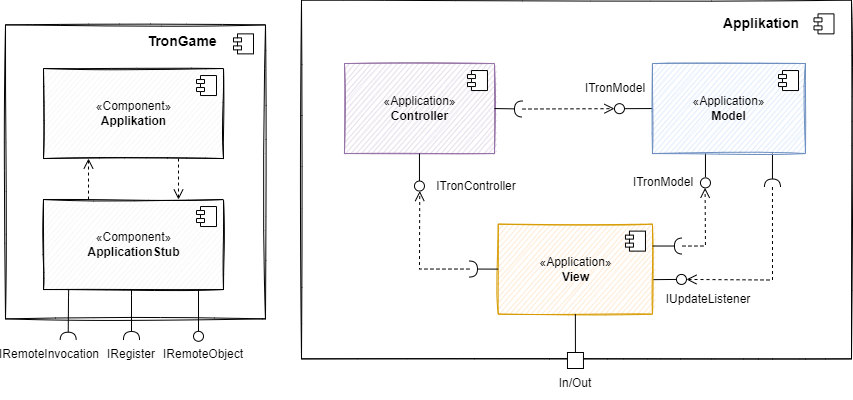
Earlier version of the draw.io export Dokumentation/App/diagrams/baustein/bs_layer1.png (sckoenig/Distributed-Tron). Source tidied: cells renumbered, new cells last; positions are measured from the earlier drawing's top-left corner, leaving out a move shared by most shapes.
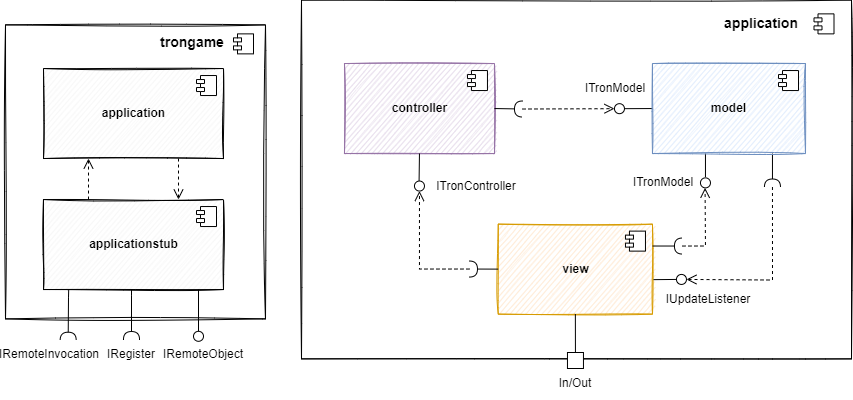
The same file after the commit.

The edit, as a diff of the source:
```diff
@@ -8,7 +8,7 @@
     <mxCell id="3" style="rounded=0;whiteSpace=wrap;html=1;fillColor=none;sketch=1;" parent="1" vertex="1">
       <mxGeometry y="24.4" width="260" height="294" as="geometry" />
     </mxCell>
-    <mxCell id="4" value="&lt;font color=&quot;#000000&quot;&gt;«Component»&lt;br&gt;&lt;b&gt;Applikation&lt;/b&gt;&lt;/font&gt;" style="html=1;sketch=1;fillColor=#f5f5f5;strokeColor=#000000;fontColor=#333333;" parent="1" vertex="1">
+    <mxCell id="4" value="&lt;font color=&quot;#000000&quot;&gt;&lt;b&gt;application&lt;/b&gt;&lt;/font&gt;" style="html=1;sketch=1;fillColor=#f5f5f5;strokeColor=#000000;fontColor=#333333;" parent="1" vertex="1">
       <mxGeometry x="38" y="68" width="180" height="90" as="geometry" />
     </mxCell>
     <mxCell id="5" style="shape=module;jettyWidth=8;jettyHeight=4;" parent="4" vertex="1">
@@ -16,7 +16,7 @@
         <mxPoint x="-27" y="7" as="offset" />
       </mxGeometry>
     </mxCell>
-    <mxCell id="6" value="&lt;font color=&quot;#000000&quot;&gt;«Component»&lt;br&gt;&lt;b&gt;ApplicationStub&lt;/b&gt;&lt;/font&gt;" style="html=1;fillColor=#f5f5f5;strokeColor=#000000;sketch=1;fontColor=#333333;" parent="1" vertex="1">
+    <mxCell id="6" value="&lt;font color=&quot;#000000&quot;&gt;&lt;b&gt;applicationstub&lt;/b&gt;&lt;/font&gt;" style="html=1;fillColor=#f5f5f5;strokeColor=#000000;sketch=1;fontColor=#333333;" parent="1" vertex="1">
       <mxGeometry x="38" y="199" width="180" height="90" as="geometry" />
     </mxCell>
     <mxCell id="7" style="shape=module;jettyWidth=8;jettyHeight=4;" parent="6" vertex="1">
@@ -24,8 +24,8 @@
         <mxPoint x="-27" y="7" as="offset" />
       </mxGeometry>
     </mxCell>
-    <mxCell id="8" value="&lt;span style=&quot;font-size: 14px;&quot;&gt;&lt;b&gt;TronGame&lt;/b&gt;&lt;/span&gt;" style="text;html=1;strokeColor=none;fillColor=none;align=center;verticalAlign=middle;whiteSpace=wrap;rounded=0;sketch=1;" parent="1" vertex="1">
-      <mxGeometry x="147.4" y="26.2" width="60" height="30" as="geometry" />
+    <mxCell id="8" value="&lt;span style=&quot;font-size: 14px;&quot;&gt;&lt;b&gt;trongame&lt;/b&gt;&lt;/span&gt;" style="text;html=1;strokeColor=none;fillColor=none;align=center;verticalAlign=middle;whiteSpace=wrap;rounded=0;sketch=1;" parent="1" vertex="1">
+      <mxGeometry x="157.4" y="27.2" width="60" height="30" as="geometry" />
     </mxCell>
     <mxCell id="9" style="html=1;verticalAlign=bottom;endArrow=open;dashed=1;endSize=8;rounded=0;entryX=0.25;entryY=1;entryDx=0;entryDy=0;exitX=0.25;exitY=0;exitDx=0;exitDy=0;" parent="1" edge="1" source="6" target="4">
       <mxGeometry relative="1" as="geometry" />
@@ -70,7 +70,7 @@
     <mxCell id="18" style="shape=module;jettyWidth=8;jettyHeight=4;" parent="1" vertex="1">
       <mxGeometry x="228" y="33.4" width="20" height="20" as="geometry" />
     </mxCell>
-    <mxCell id="19" value="«Application»&lt;br&gt;&lt;b&gt;Controller&lt;/b&gt;" style="html=1;fillColor=#e1d5e7;strokeColor=#9673a6;sketch=1;" parent="1" vertex="1">
+    <mxCell id="19" value="&lt;b&gt;controller&lt;/b&gt;" style="html=1;fillColor=#e1d5e7;strokeColor=#9673a6;sketch=1;" parent="1" vertex="1">
       <mxGeometry x="339" y="63" width="150" height="90" as="geometry" />
     </mxCell>
     <mxCell id="20" style="shape=module;jettyWidth=8;jettyHeight=4;" parent="19" vertex="1">
@@ -78,7 +78,7 @@
         <mxPoint x="-27" y="7" as="offset" />
       </mxGeometry>
     </mxCell>
-    <mxCell id="21" value="«Application»&lt;br&gt;&lt;b&gt;View&lt;/b&gt;" style="html=1;fillColor=#ffe6cc;strokeColor=#d79b00;sketch=1;" parent="1" vertex="1">
+    <mxCell id="21" value="&lt;b&gt;view&lt;/b&gt;" style="html=1;fillColor=#ffe6cc;strokeColor=#d79b00;sketch=1;" parent="1" vertex="1">
       <mxGeometry x="492.8" y="223.6" width="154.2" height="90" as="geometry" />
     </mxCell>
     <mxCell id="22" style="shape=module;jettyWidth=8;jettyHeight=4;" parent="21" vertex="1">
@@ -123,7 +123,7 @@
     <mxCell id="33" style="shape=module;jettyWidth=8;jettyHeight=4;" parent="1" vertex="1">
       <mxGeometry x="808.5" y="13.4" width="20" height="20" as="geometry" />
     </mxCell>
-    <mxCell id="34" value="&lt;span style=&quot;font-size: 14px;&quot;&gt;&lt;b&gt;Applikation&lt;/b&gt;&lt;/span&gt;" style="text;html=1;strokeColor=none;fillColor=none;align=center;verticalAlign=middle;whiteSpace=wrap;rounded=0;sketch=1;" parent="1" vertex="1">
+    <mxCell id="34" value="&lt;span style=&quot;font-size: 14px;&quot;&gt;&lt;b&gt;application&lt;/b&gt;&lt;/span&gt;" style="text;html=1;strokeColor=none;fillColor=none;align=center;verticalAlign=middle;whiteSpace=wrap;rounded=0;sketch=1;" parent="1" vertex="1">
       <mxGeometry x="726.4" y="8.4" width="60" height="30" as="geometry" />
     </mxCell>
     <mxCell id="35" style="whiteSpace=wrap;html=1;" parent="1" vertex="1">
@@ -191,7 +191,7 @@
     <mxCell id="47" value="IUpdateListener" style="text;html=1;strokeColor=none;fillColor=none;align=center;verticalAlign=middle;whiteSpace=wrap;rounded=0;" parent="1" vertex="1">
       <mxGeometry x="673.2" y="283.6" width="60" height="30" as="geometry" />
     </mxCell>
-    <mxCell id="48" value="«Application»&lt;br&gt;&lt;b&gt;Model&lt;/b&gt;" style="html=1;fillColor=#dae8fc;strokeColor=#6c8ebf;sketch=1;" parent="1" vertex="1">
+    <mxCell id="48" value="&lt;b&gt;model&lt;/b&gt;" style="html=1;fillColor=#dae8fc;strokeColor=#6c8ebf;sketch=1;" parent="1" vertex="1">
       <mxGeometry x="647" y="63" width="153" height="90" as="geometry" />
     </mxCell>
     <mxCell id="49" style="shape=module;jettyWidth=8;jettyHeight=4;" parent="48" vertex="1">
```
